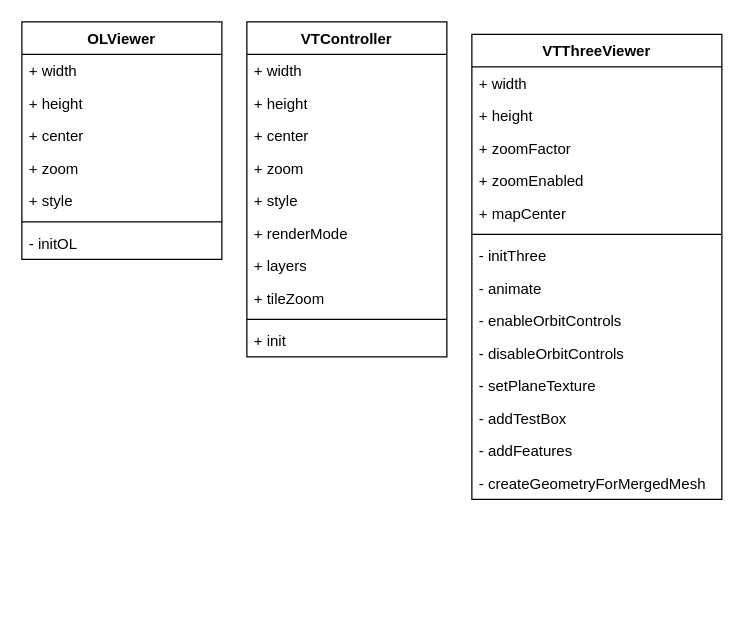
Before: page "class" (2 of 3) of UML_diagrams.drawio in IlonaBaran/oracles, a draw.io diagram. Source tidied: cells renumbered, new cells numbered last; positions are measured from the earlier drawing's top-left corner, leaving out a move shared by most shapes. Both pictures are drawn from the tidied source at 125%, with x=0, y=0 at pixel (21, 21).
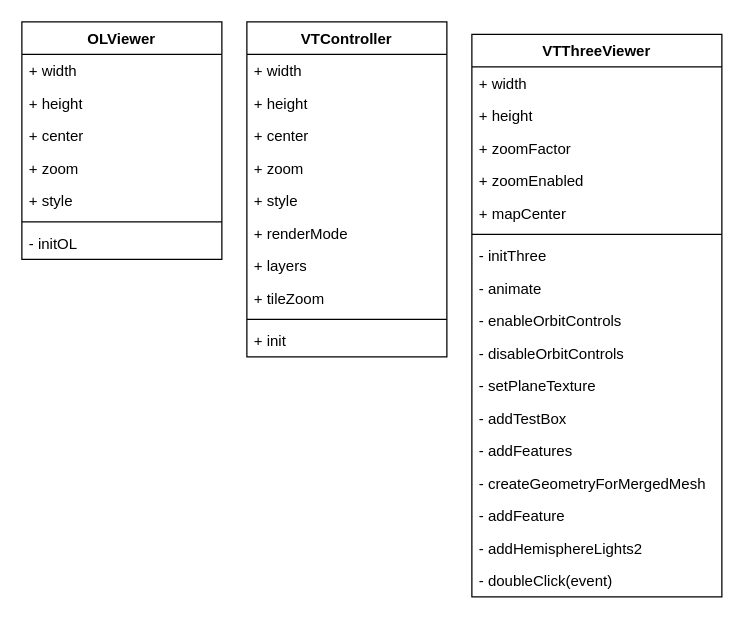
Above is the later version.

The edit, as a diff of the source:
```diff
@@
     <mxCell id="21" value="VTThreeViewer" style="swimlane;fontStyle=1;align=center;verticalAlign=top;horizontal=1;startSize=26;whiteSpace=wrap;html=1;" parent="1" vertex="1">
-      <mxGeometry x="360" y="10" width="200" height="372" as="geometry" />
+      <mxGeometry x="360" y="10" width="200" height="450" as="geometry" />
     </mxCell>
@@
+    <mxCell id="36" value="- addFeature" style="text;strokeColor=none;fillColor=none;align=left;verticalAlign=top;spacingLeft=4;spacingRight=4;overflow=hidden;whiteSpace=wrap;html=1;" parent="21" vertex="1">
+      <mxGeometry y="372" width="200" height="26" as="geometry" />
+    </mxCell>
+    <mxCell id="37" value="- addHemisphereLights2" style="text;strokeColor=none;fillColor=none;align=left;verticalAlign=top;spacingLeft=4;spacingRight=4;overflow=hidden;whiteSpace=wrap;html=1;" parent="21" vertex="1">
+      <mxGeometry y="398" width="200" height="26" as="geometry" />
+    </mxCell>
+    <mxCell id="38" value="- doubleClick(event)" style="text;strokeColor=none;fillColor=none;align=left;verticalAlign=top;spacingLeft=4;spacingRight=4;overflow=hidden;whiteSpace=wrap;html=1;" parent="21" vertex="1">
+      <mxGeometry y="424" width="200" height="26" as="geometry" />
+    </mxCell>
```
